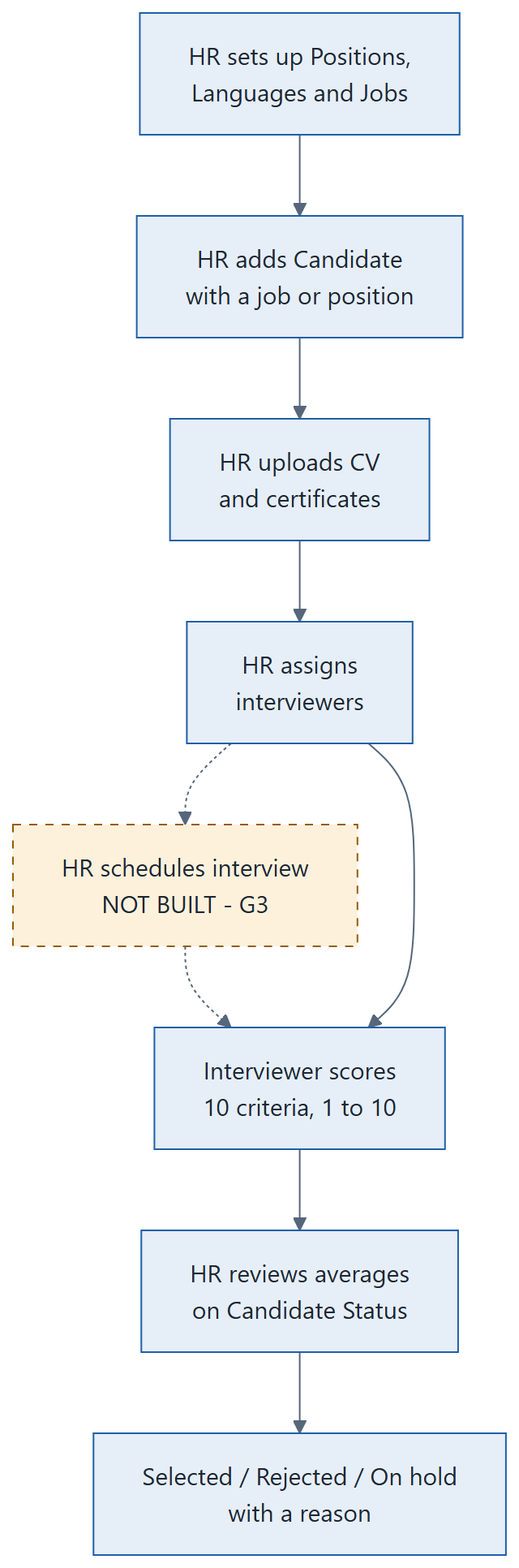
Earlier version of the Mermaid export docs/handbooks/src/diagrams/ba-process.png (rafitsabbir/RMS). Its source is kept beside it as docs/handbooks/src/diagrams/ba-process.mmd.
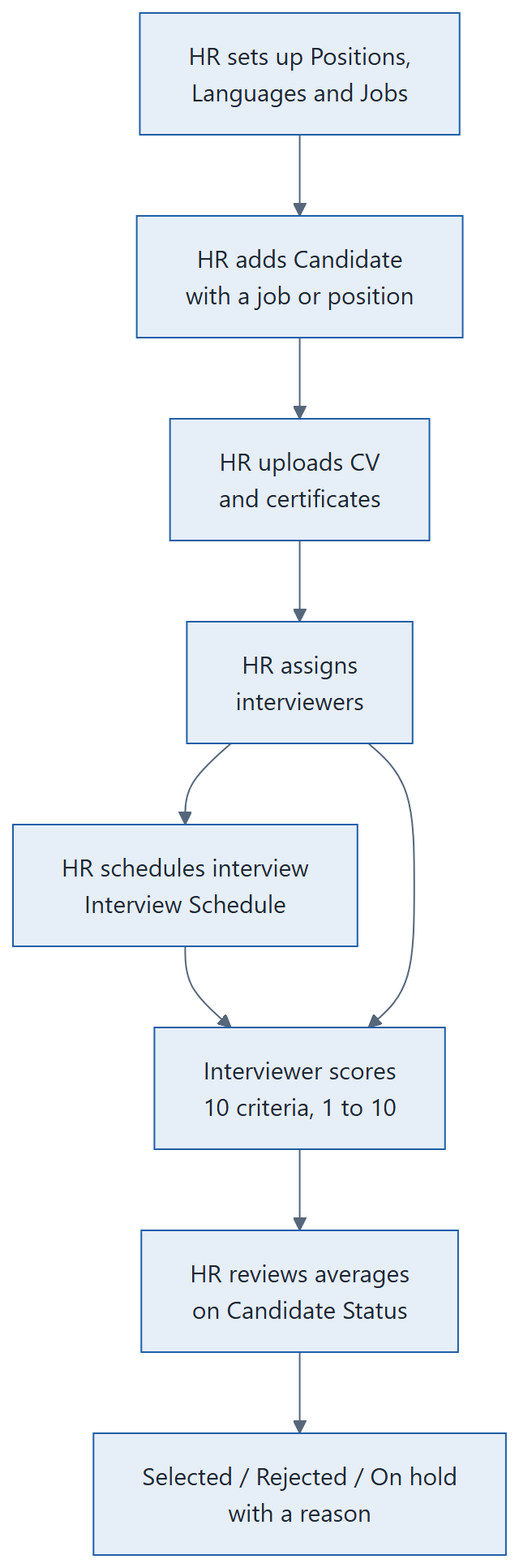
After the commit.

What changed in the source:
```diff
@@ -2,10 +2,8 @@
   A[HR sets up Positions,<br/>Languages and Jobs] --> B[HR adds Candidate<br/>with a job or position]
   B --> G[HR uploads CV<br/>and certificates]
   G --> H[HR assigns<br/>interviewers]
-  H -.-> C[HR schedules interview<br/>NOT BUILT - G3]
-  C -.-> D[Interviewer scores<br/>10 criteria, 1 to 10]
+  H --> C[HR schedules interview<br/>Interview Schedule]
+  C --> D[Interviewer scores<br/>10 criteria, 1 to 10]
   H --> D
   D --> E[HR reviews averages<br/>on Candidate Status]
   E --> F[Selected / Rejected / On hold<br/>with a reason]
-  classDef todo fill:#fdf1dc,stroke:#9a5b00,stroke-dasharray: 5 5
-  class C todo
```
